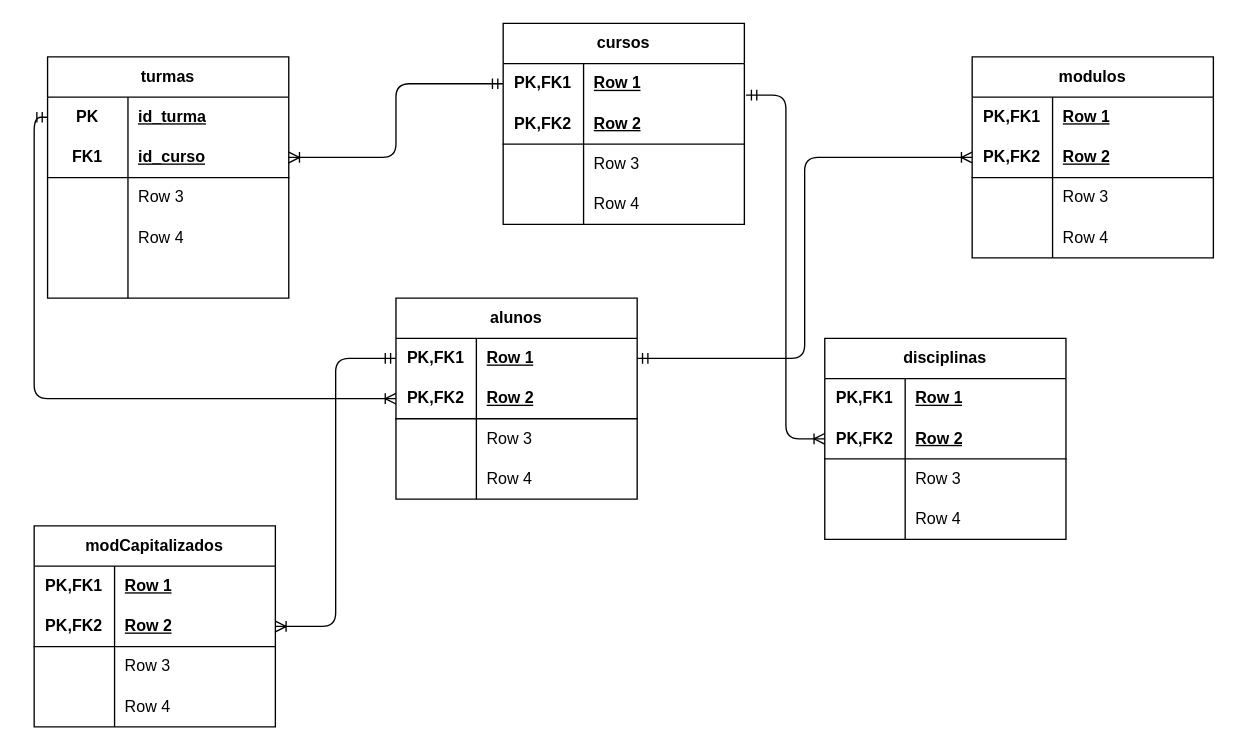
DaviClementee/Gest_mod_reali_Davi_Mario_Karamjit_Gerry keeps this draw.io diagram as gmr_modER.drawio. Above is the earlier version. Source tidied: cells renumbered, new cells numbered last; positions are measured from the earlier drawing's top-left corner, leaving out a move shared by most shapes. Both pictures are drawn from the tidied source at 134%, with x=0, y=0 at pixel (34, 23).
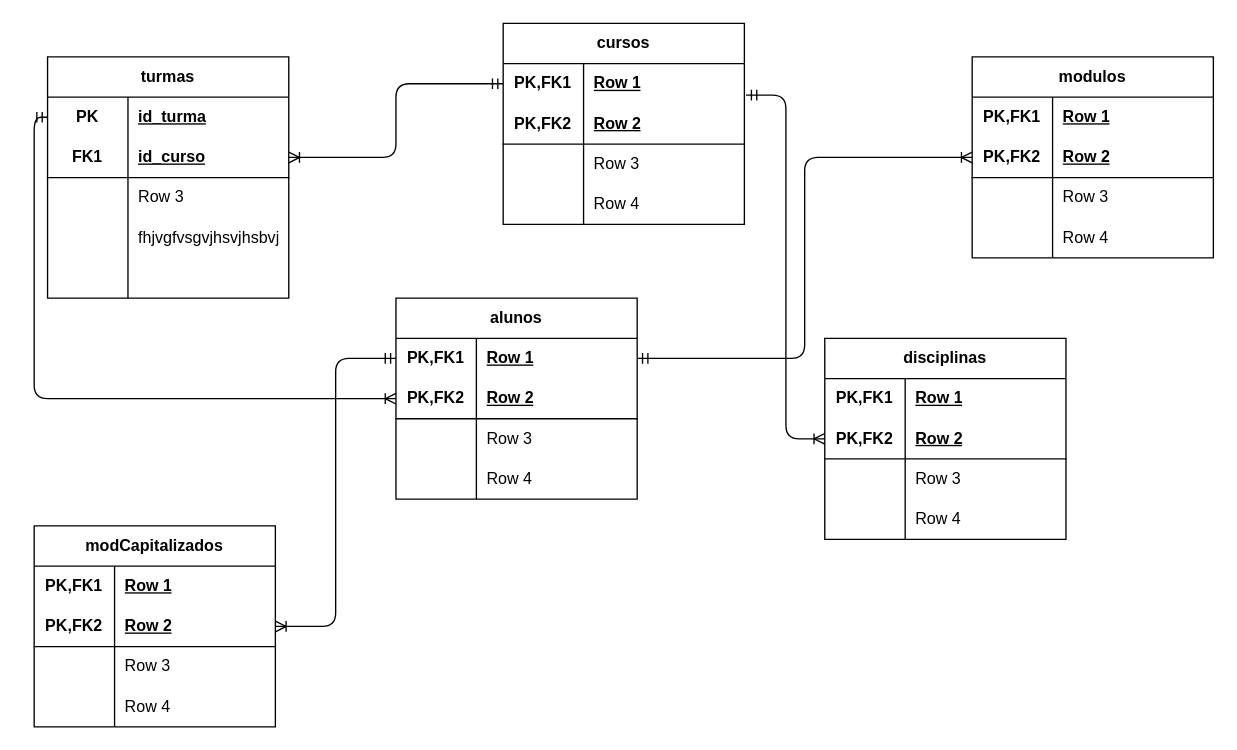
The same page after the edit.

Commit message:
Fiz ligações das tabelas, agr vamos insirir dados.

Unchanged cells that the change refers to:
```xml
<mxCell id="12" style="shape=tableRow;horizontal=0;startSize=0;swimlaneHead=0;swimlaneBody=0;fillColor=none;top=0;left=0;right=0;bottom=0;html=1;" parent="2" vertex="1">
  <mxGeometry y="120" width="180" height="30" as="geometry" />
</mxCell>
```

Change to the diagram source:
```diff
@@
-    <mxCell id="14" value="Row 4" style="shape=partialRectangle;fillColor=none;top=0;left=0;bottom=0;right=0;align=left;spacingLeft=6;overflow=hidden;html=1;whiteSpace=wrap;" parent="12" vertex="1">
+    <mxCell id="14" value="fhjvgfvsgvjhsvjhsbvj" style="shape=partialRectangle;fillColor=none;top=0;left=0;bottom=0;right=0;align=left;spacingLeft=6;overflow=hidden;html=1;whiteSpace=wrap;" parent="12" vertex="1">
       <mxGeometry x="60" width="120" height="30" as="geometry" />
     </mxCell>
```
